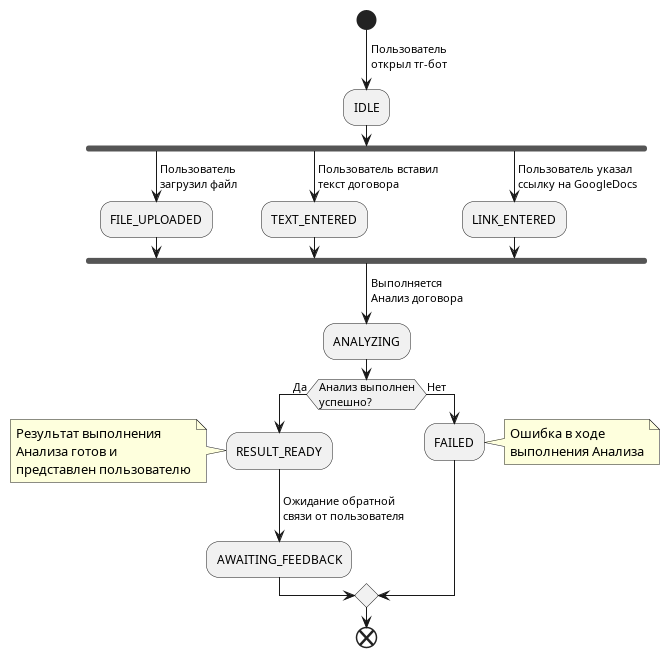
Above: docs/images/status_fsm.png in trofimovelijah/red-flag-analysis (PlantUML), before the change.
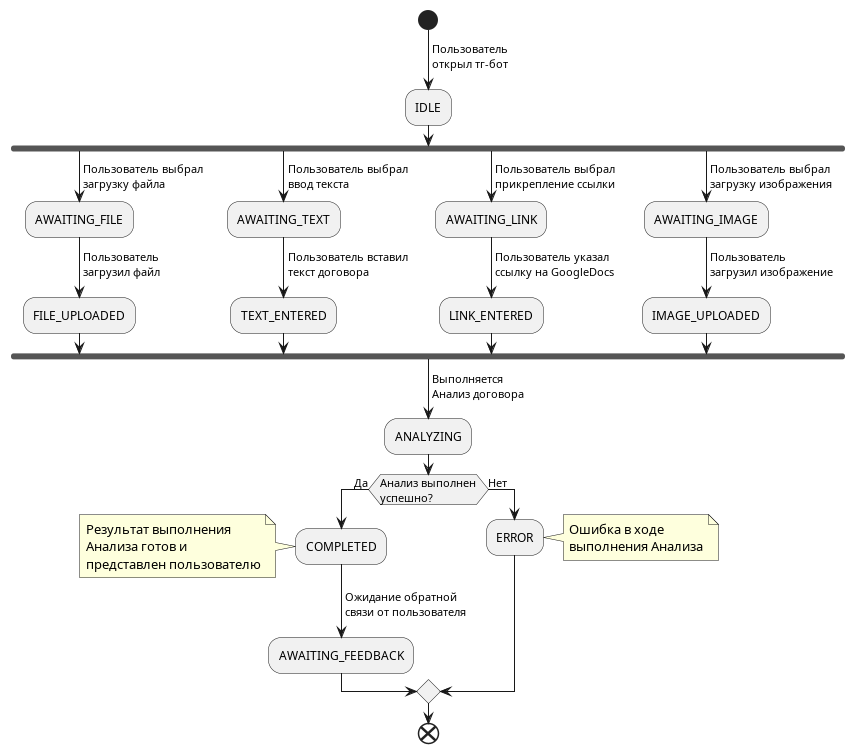
Later version of the same file.

Diff of the diagram source:
```diff
@@ -4,14 +4,25 @@
 :IDLE;
 
 fork
+-> Пользователь выбрал\nзагрузку файла;
+:AWAITING_FILE;
 -> Пользователь\nзагрузил файл;
 :FILE_UPLOADED;
 fork again;
+-> Пользователь выбрал\nввод текста;
+:AWAITING_TEXT;
 -> Пользователь вставил\nтекст договора;
 :TEXT_ENTERED;
 fork again;
+-> Пользователь выбрал\nприкрепление ссылки;
+:AWAITING_LINK;
 -> Пользователь указал\nссылку на GoogleDocs;
 :LINK_ENTERED;
+fork again;
+-> Пользователь выбрал\nзагрузку изображения;
+:AWAITING_IMAGE;
+-> Пользователь\nзагрузил изображение;
+:IMAGE_UPLOADED;
 end fork
 
 -> Выполняется\nАнализ договора;
@@ -19,7 +30,7 @@
 
 if (Анализ выполнен\nуспешно?)
     -> Да;
-    :RESULT_READY;
+    :COMPLETED;
     note left
     Результат выполнения
     Анализа готов и
@@ -29,7 +40,7 @@
     :AWAITING_FEEDBACK;
 else (нет)
     -> Нет;
-    :FAILED;
+    :ERROR;
     note right
     Ошибка в ходе
     выполнения Анализа
```
